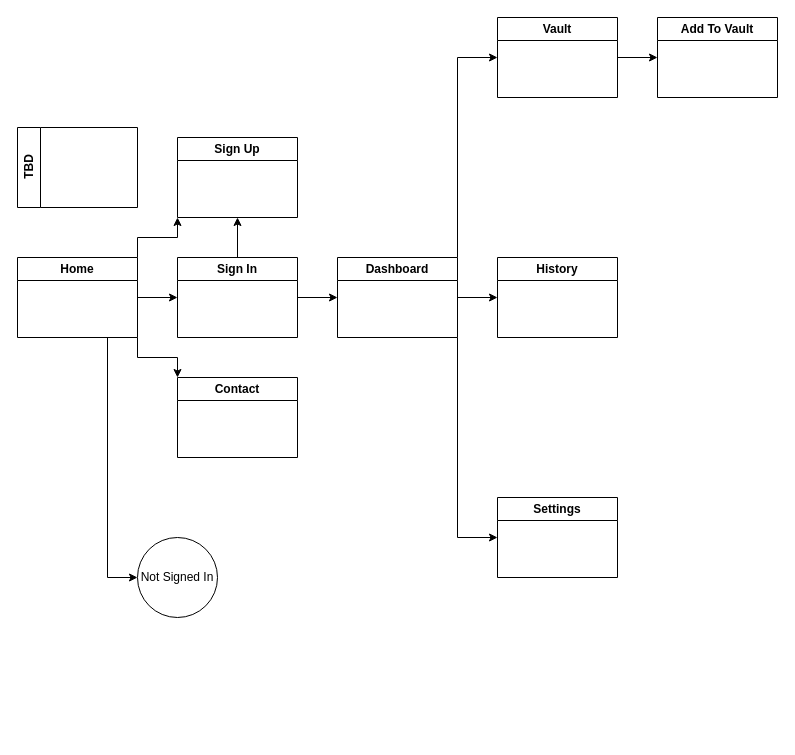
Cremacious/fl-medical keeps this draw.io diagram as fl-medical.drawio. Above is the earlier version. Source tidied: cells renumbered, new cells numbered last; positions are measured from the earlier drawing's top-left corner, leaving out a move shared by most shapes. Both pictures are drawn from the tidied source at 100%, with x=0, y=0 at pixel (17, 17).
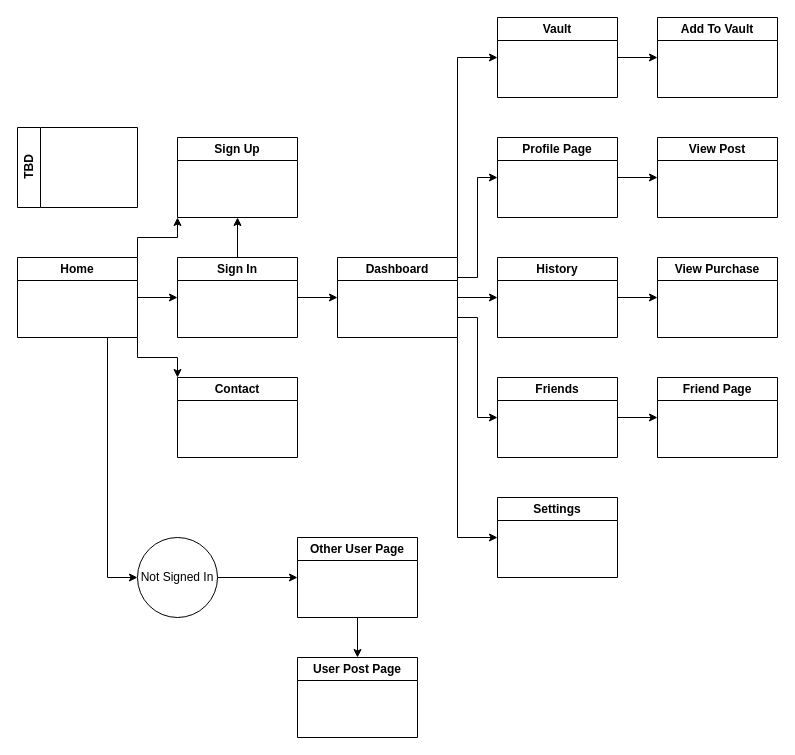
Above is the later version.

Unchanged cells that the change refers to:
```xml
<mxCell id="14" value="Dashboard" style="swimlane;whiteSpace=wrap;html=1;" parent="1" vertex="1">
  <mxGeometry x="320" y="240" width="120" height="80" as="geometry" />
</mxCell>
<mxCell id="15" value="History" style="swimlane;whiteSpace=wrap;html=1;" parent="1" vertex="1">
  <mxGeometry x="480" y="240" width="120" height="80" as="geometry" />
</mxCell>
<mxCell id="20" value="Not Signed In" style="ellipse;whiteSpace=wrap;html=1;" parent="1" vertex="1">
  <mxGeometry x="120" y="520" width="80" height="80" as="geometry" />
</mxCell>
```

Diff of the diagram source:
```diff
@@
+    <mxCell id="23" style="edgeStyle=orthogonalEdgeStyle;rounded=0;jettySize=auto;html=1;exitX=1;exitY=0.75;exitDx=0;exitDy=0;entryX=0;entryY=0.5;entryDx=0;entryDy=0;" parent="1" edge="1" source="14" target="28">
+      <mxGeometry relative="1" as="geometry" />
+    </mxCell>
+    <mxCell id="24" style="edgeStyle=orthogonalEdgeStyle;rounded=0;jettySize=auto;html=1;exitX=1;exitY=0.25;exitDx=0;exitDy=0;entryX=0;entryY=0.5;entryDx=0;entryDy=0;" parent="1" edge="1" source="14" target="30">
+      <mxGeometry relative="1" as="geometry" />
+    </mxCell>
@@
+    <mxCell id="25" style="edgeStyle=orthogonalEdgeStyle;rounded=0;jettySize=auto;html=1;exitX=1;exitY=0.5;exitDx=0;exitDy=0;entryX=0;entryY=0.5;entryDx=0;entryDy=0;" parent="1" edge="1" source="15" target="34">
+      <mxGeometry relative="1" as="geometry" />
+    </mxCell>
@@
+    <mxCell id="26" style="edgeStyle=orthogonalEdgeStyle;rounded=0;jettySize=auto;html=1;exitX=1;exitY=0.5;exitDx=0;exitDy=0;entryX=0;entryY=0.5;entryDx=0;entryDy=0;" parent="1" edge="1" source="20" target="32">
+      <mxGeometry relative="1" as="geometry" />
+    </mxCell>
@@
+    <mxCell id="27" style="edgeStyle=orthogonalEdgeStyle;rounded=0;jettySize=auto;html=1;exitX=1;exitY=0.5;exitDx=0;exitDy=0;entryX=0;entryY=0.5;entryDx=0;entryDy=0;" parent="1" edge="1" source="28" target="35">
+      <mxGeometry relative="1" as="geometry" />
+    </mxCell>
+    <mxCell id="28" value="Friends" style="swimlane;whiteSpace=wrap;html=1;" parent="1" vertex="1">
+      <mxGeometry x="480" y="360" width="120" height="80" as="geometry" />
+    </mxCell>
+    <mxCell id="29" style="edgeStyle=orthogonalEdgeStyle;rounded=0;jettySize=auto;html=1;exitX=1;exitY=0.5;exitDx=0;exitDy=0;entryX=0;entryY=0.5;entryDx=0;entryDy=0;" parent="1" edge="1" source="30" target="33">
+      <mxGeometry relative="1" as="geometry" />
+    </mxCell>
+    <mxCell id="30" value="Profile Page" style="swimlane;whiteSpace=wrap;html=1;" parent="1" vertex="1">
+      <mxGeometry x="480" y="120" width="120" height="80" as="geometry" />
+    </mxCell>
+    <mxCell id="31" style="edgeStyle=orthogonalEdgeStyle;rounded=0;jettySize=auto;html=1;exitX=0.5;exitY=1;exitDx=0;exitDy=0;entryX=0.5;entryY=0;entryDx=0;entryDy=0;" parent="1" edge="1" source="32" target="36">
+      <mxGeometry relative="1" as="geometry" />
+    </mxCell>
+    <mxCell id="32" value="Other User Page" style="swimlane;whiteSpace=wrap;html=1;" parent="1" vertex="1">
+      <mxGeometry x="280" y="520" width="120" height="80" as="geometry" />
+    </mxCell>
+    <mxCell id="33" value="View Post" style="swimlane;whiteSpace=wrap;html=1;" parent="1" vertex="1">
+      <mxGeometry x="640" y="120" width="120" height="80" as="geometry" />
+    </mxCell>
+    <mxCell id="34" value="View Purchase" style="swimlane;whiteSpace=wrap;html=1;" parent="1" vertex="1">
+      <mxGeometry x="640" y="240" width="120" height="80" as="geometry" />
+    </mxCell>
+    <mxCell id="35" value="Friend Page" style="swimlane;whiteSpace=wrap;html=1;" parent="1" vertex="1">
+      <mxGeometry x="640" y="360" width="120" height="80" as="geometry" />
+    </mxCell>
+    <mxCell id="36" value="User Post Page" style="swimlane;whiteSpace=wrap;html=1;" parent="1" vertex="1">
+      <mxGeometry x="280" y="640" width="120" height="80" as="geometry" />
+    </mxCell>
```
